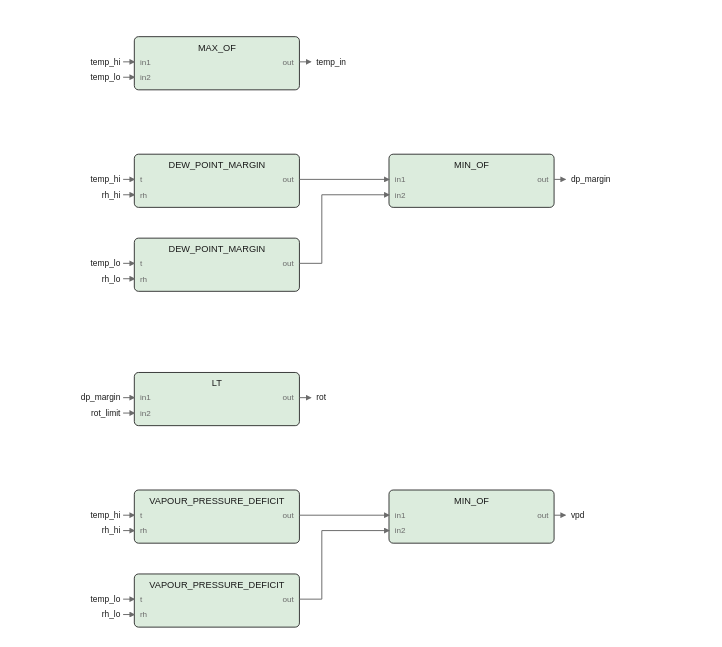
The draw.io diagram images/logic/temp_rh_zone_fbd.drawio.svg in pstch/botanik2, before a commit. Source tidied: cells renumbered, new cells last; positions are measured from the earlier drawing's top-left corner, leaving out a move shared by most shapes.
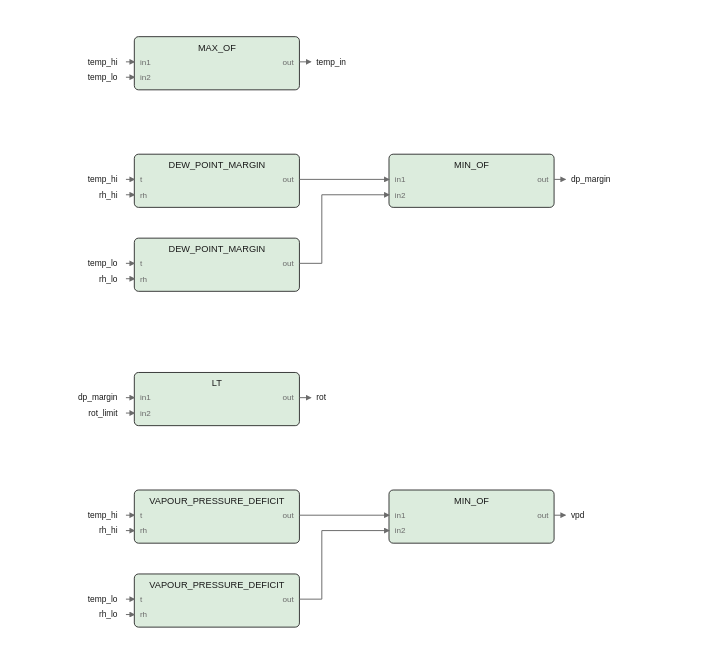
After the commit.

The edit, as a diff of the source:
```diff
@@ -122,68 +122,54 @@
     <mxCell id="41" value="out" style="text;html=1;whiteSpace=nowrap;fontSize=6;fontColor=#6b6b6b;align=right;verticalAlign=middle;" parent="1" vertex="1">
       <mxGeometry x="320" y="337.6" width="20" height="9.8" as="geometry" />
     </mxCell>
-    <mxCell id="42" style="edgeStyle=none;html=1;strokeColor=#6b6b6b;endArrow=block;" parent="1" edge="1">
+    <mxCell id="42" style="edgeStyle=none;html=1;strokeColor=#6b6b6b;endArrow=block;exitX=1;exitY=0.4737;exitDx=0;exitDy=0;" parent="1" edge="1" source="2">
       <mxGeometry relative="1" as="geometry">
-        <mxPoint x="162" y="18" as="sourcePoint" />
         <mxPoint x="170" y="18" as="targetPoint" />
       </mxGeometry>
     </mxCell>
     <mxCell id="43" value="temp_in" style="text;html=1;whiteSpace=nowrap;fontSize=6;fontColor=#1a1a1a;align=left;verticalAlign=middle;" parent="1" vertex="1">
       <mxGeometry x="174" y="13.5" width="27.1" height="10" as="geometry" />
     </mxCell>
-    <mxCell id="44" style="edgeStyle=none;html=1;strokeColor=#6b6b6b;endArrow=block;" parent="1" edge="1">
+    <mxCell id="44" style="edgeStyle=none;html=1;strokeColor=#6b6b6b;endArrow=block;exitX=1;exitY=0.4737;exitDx=0;exitDy=0;" parent="1" edge="1" source="17">
       <mxGeometry relative="1" as="geometry">
-        <mxPoint x="344" y="102" as="sourcePoint" />
         <mxPoint x="352" y="102" as="targetPoint" />
       </mxGeometry>
     </mxCell>
     <mxCell id="45" value="dp_margin" style="text;html=1;whiteSpace=nowrap;fontSize=6;fontColor=#1a1a1a;align=left;verticalAlign=middle;" parent="1" vertex="1">
       <mxGeometry x="356" y="97.5" width="33.7" height="10" as="geometry" />
     </mxCell>
-    <mxCell id="46" style="edgeStyle=none;html=1;strokeColor=#6b6b6b;endArrow=block;" parent="1" edge="1">
+    <mxCell id="46" style="edgeStyle=none;html=1;strokeColor=#6b6b6b;endArrow=block;exitX=1;exitY=0.4737;exitDx=0;exitDy=0;" parent="1" edge="1" source="22">
       <mxGeometry relative="1" as="geometry">
-        <mxPoint x="162" y="258" as="sourcePoint" />
         <mxPoint x="170" y="258" as="targetPoint" />
       </mxGeometry>
     </mxCell>
     <mxCell id="47" value="rot" style="text;html=1;whiteSpace=nowrap;fontSize=6;fontColor=#1a1a1a;align=left;verticalAlign=middle;" parent="1" vertex="1">
       <mxGeometry x="174" y="253.5" width="20" height="10" as="geometry" />
     </mxCell>
-    <mxCell id="48" style="edgeStyle=none;html=1;strokeColor=#6b6b6b;endArrow=block;" parent="1" edge="1">
+    <mxCell id="48" style="edgeStyle=none;html=1;strokeColor=#6b6b6b;endArrow=block;exitX=1;exitY=0.4737;exitDx=0;exitDy=0;" parent="1" edge="1" source="37">
       <mxGeometry relative="1" as="geometry">
-        <mxPoint x="344" y="342" as="sourcePoint" />
         <mxPoint x="352" y="342" as="targetPoint" />
       </mxGeometry>
     </mxCell>
     <mxCell id="49" value="vpd" style="text;html=1;whiteSpace=nowrap;fontSize=6;fontColor=#1a1a1a;align=left;verticalAlign=middle;" parent="1" vertex="1">
       <mxGeometry x="356" y="337.5" width="20" height="10" as="geometry" />
     </mxCell>
-    <mxCell id="50" style="edgeStyle=none;html=1;strokeColor=#6b6b6b;endArrow=block;" parent="1" edge="1">
-      <mxGeometry relative="1" as="geometry">
-        <mxPoint x="162" y="102" as="sourcePoint" />
-        <mxPoint x="226" y="102" as="targetPoint" />
-      </mxGeometry>
+    <mxCell id="50" style="edgeStyle=none;html=1;strokeColor=#6b6b6b;endArrow=block;exitX=1;exitY=0.4737;exitDx=0;exitDy=0;entryX=0;entryY=0.4737;entryDx=0;entryDy=0;" parent="1" edge="1" source="7" target="17">
+      <mxGeometry relative="1" as="geometry" />
     </mxCell>
-    <mxCell id="51" style="edgeStyle=none;html=1;strokeColor=#6b6b6b;endArrow=block;" parent="1" edge="1">
+    <mxCell id="51" style="edgeStyle=none;html=1;strokeColor=#6b6b6b;endArrow=block;exitX=1;exitY=0.4737;exitDx=0;exitDy=0;entryX=0;entryY=0.7632;entryDx=0;entryDy=0;" parent="1" edge="1" source="12" target="17">
       <mxGeometry relative="1" as="geometry">
-        <mxPoint x="162" y="162" as="sourcePoint" />
-        <mxPoint x="226" y="113" as="targetPoint" />
         <Array as="points">
           <mxPoint x="178" y="162" />
           <mxPoint x="178" y="113" />
         </Array>
       </mxGeometry>
     </mxCell>
-    <mxCell id="52" style="edgeStyle=none;html=1;strokeColor=#6b6b6b;endArrow=block;" parent="1" edge="1">
-      <mxGeometry relative="1" as="geometry">
-        <mxPoint x="162" y="342" as="sourcePoint" />
-        <mxPoint x="226" y="342" as="targetPoint" />
-      </mxGeometry>
+    <mxCell id="52" style="edgeStyle=none;html=1;strokeColor=#6b6b6b;endArrow=block;exitX=1;exitY=0.4737;exitDx=0;exitDy=0;entryX=0;entryY=0.4737;entryDx=0;entryDy=0;" parent="1" edge="1" source="27" target="37">
+      <mxGeometry relative="1" as="geometry" />
     </mxCell>
-    <mxCell id="53" style="edgeStyle=none;html=1;strokeColor=#6b6b6b;endArrow=block;" parent="1" edge="1">
+    <mxCell id="53" style="edgeStyle=none;html=1;strokeColor=#6b6b6b;endArrow=block;exitX=1;exitY=0.4737;exitDx=0;exitDy=0;entryX=0;entryY=0.7632;entryDx=0;entryDy=0;" parent="1" edge="1" source="32" target="37">
       <mxGeometry relative="1" as="geometry">
-        <mxPoint x="162" y="402" as="sourcePoint" />
-        <mxPoint x="226" y="353" as="targetPoint" />
         <Array as="points">
           <mxPoint x="178" y="402" />
           <mxPoint x="178" y="353" />
@@ -191,111 +177,99 @@
       </mxGeometry>
     </mxCell>
     <mxCell id="54" value="temp_hi" style="text;html=1;whiteSpace=nowrap;fontSize=6;fontColor=#1a1a1a;align=right;verticalAlign=middle;" parent="1" vertex="1">
-      <mxGeometry x="6.9" y="13.5" width="27.1" height="10" as="geometry" />
+      <mxGeometry x="4.9" y="13.5" width="27.1" height="10" as="geometry" />
     </mxCell>
-    <mxCell id="55" style="edgeStyle=none;html=1;strokeColor=#6b6b6b;endArrow=block;" parent="1" edge="1">
+    <mxCell id="55" style="edgeStyle=none;html=1;strokeColor=#6b6b6b;endArrow=block;entryX=0;entryY=0.4737;entryDx=0;entryDy=0;" parent="1" edge="1" target="2">
       <mxGeometry relative="1" as="geometry">
-        <mxPoint x="36" y="18" as="sourcePoint" />
-        <mxPoint x="44" y="18" as="targetPoint" />
+        <mxPoint x="38" y="18" as="sourcePoint" />
       </mxGeometry>
     </mxCell>
     <mxCell id="56" value="temp_lo" style="text;html=1;whiteSpace=nowrap;fontSize=6;fontColor=#1a1a1a;align=right;verticalAlign=middle;" parent="1" vertex="1">
-      <mxGeometry x="6.9" y="24.5" width="27.1" height="10" as="geometry" />
+      <mxGeometry x="4.9" y="24.5" width="27.1" height="10" as="geometry" />
     </mxCell>
-    <mxCell id="57" style="edgeStyle=none;html=1;strokeColor=#6b6b6b;endArrow=block;" parent="1" edge="1">
+    <mxCell id="57" style="edgeStyle=none;html=1;strokeColor=#6b6b6b;endArrow=block;entryX=0;entryY=0.7632;entryDx=0;entryDy=0;" parent="1" edge="1" target="2">
       <mxGeometry relative="1" as="geometry">
-        <mxPoint x="36" y="29" as="sourcePoint" />
-        <mxPoint x="44" y="29" as="targetPoint" />
+        <mxPoint x="38" y="29" as="sourcePoint" />
       </mxGeometry>
     </mxCell>
     <mxCell id="58" value="temp_hi" style="text;html=1;whiteSpace=nowrap;fontSize=6;fontColor=#1a1a1a;align=right;verticalAlign=middle;" parent="1" vertex="1">
-      <mxGeometry x="6.9" y="97.5" width="27.1" height="10" as="geometry" />
+      <mxGeometry x="4.9" y="97.5" width="27.1" height="10" as="geometry" />
     </mxCell>
-    <mxCell id="59" style="edgeStyle=none;html=1;strokeColor=#6b6b6b;endArrow=block;" parent="1" edge="1">
+    <mxCell id="59" style="edgeStyle=none;html=1;strokeColor=#6b6b6b;endArrow=block;entryX=0;entryY=0.4737;entryDx=0;entryDy=0;" parent="1" edge="1" target="7">
       <mxGeometry relative="1" as="geometry">
-        <mxPoint x="36" y="102" as="sourcePoint" />
-        <mxPoint x="44" y="102" as="targetPoint" />
+        <mxPoint x="38" y="102" as="sourcePoint" />
       </mxGeometry>
     </mxCell>
     <mxCell id="60" value="rh_hi" style="text;html=1;whiteSpace=nowrap;fontSize=6;fontColor=#1a1a1a;align=right;verticalAlign=middle;" parent="1" vertex="1">
-      <mxGeometry x="13.5" y="108.5" width="20.5" height="10" as="geometry" />
+      <mxGeometry x="11.5" y="108.5" width="20.5" height="10" as="geometry" />
     </mxCell>
-    <mxCell id="61" style="edgeStyle=none;html=1;strokeColor=#6b6b6b;endArrow=block;" parent="1" edge="1">
+    <mxCell id="61" style="edgeStyle=none;html=1;strokeColor=#6b6b6b;endArrow=block;entryX=0;entryY=0.7632;entryDx=0;entryDy=0;" parent="1" edge="1" target="7">
       <mxGeometry relative="1" as="geometry">
-        <mxPoint x="36" y="113" as="sourcePoint" />
-        <mxPoint x="44" y="113" as="targetPoint" />
+        <mxPoint x="38" y="113" as="sourcePoint" />
       </mxGeometry>
     </mxCell>
     <mxCell id="62" value="temp_lo" style="text;html=1;whiteSpace=nowrap;fontSize=6;fontColor=#1a1a1a;align=right;verticalAlign=middle;" parent="1" vertex="1">
-      <mxGeometry x="6.9" y="157.5" width="27.1" height="10" as="geometry" />
+      <mxGeometry x="4.9" y="157.5" width="27.1" height="10" as="geometry" />
     </mxCell>
-    <mxCell id="63" style="edgeStyle=none;html=1;strokeColor=#6b6b6b;endArrow=block;" parent="1" edge="1">
+    <mxCell id="63" style="edgeStyle=none;html=1;strokeColor=#6b6b6b;endArrow=block;entryX=0;entryY=0.4737;entryDx=0;entryDy=0;" parent="1" edge="1" target="12">
       <mxGeometry relative="1" as="geometry">
-        <mxPoint x="36" y="162" as="sourcePoint" />
-        <mxPoint x="44" y="162" as="targetPoint" />
+        <mxPoint x="38" y="162" as="sourcePoint" />
       </mxGeometry>
     </mxCell>
     <mxCell id="64" value="rh_lo" style="text;html=1;whiteSpace=nowrap;fontSize=6;fontColor=#1a1a1a;align=right;verticalAlign=middle;" parent="1" vertex="1">
-      <mxGeometry x="13.5" y="168.5" width="20.5" height="10" as="geometry" />
+      <mxGeometry x="11.5" y="168.5" width="20.5" height="10" as="geometry" />
     </mxCell>
-    <mxCell id="65" style="edgeStyle=none;html=1;strokeColor=#6b6b6b;endArrow=block;" parent="1" edge="1">
+    <mxCell id="65" style="edgeStyle=none;html=1;strokeColor=#6b6b6b;endArrow=block;entryX=0;entryY=0.7632;entryDx=0;entryDy=0;" parent="1" edge="1" target="12">
       <mxGeometry relative="1" as="geometry">
-        <mxPoint x="36" y="173" as="sourcePoint" />
-        <mxPoint x="44" y="173" as="targetPoint" />
+        <mxPoint x="38" y="173" as="sourcePoint" />
       </mxGeometry>
     </mxCell>
     <mxCell id="66" value="dp_margin" style="text;html=1;whiteSpace=nowrap;fontSize=6;fontColor=#1a1a1a;align=right;verticalAlign=middle;" parent="1" vertex="1">
-      <mxGeometry x="0.3" y="253.5" width="33.7" height="10" as="geometry" />
+      <mxGeometry x="-1.7" y="253.5" width="33.7" height="10" as="geometry" />
     </mxCell>
-    <mxCell id="67" style="edgeStyle=none;html=1;strokeColor=#6b6b6b;endArrow=block;" parent="1" edge="1">
+    <mxCell id="67" style="edgeStyle=none;html=1;strokeColor=#6b6b6b;endArrow=block;entryX=0;entryY=0.4737;entryDx=0;entryDy=0;" parent="1" edge="1" target="22">
       <mxGeometry relative="1" as="geometry">
-        <mxPoint x="36" y="258" as="sourcePoint" />
-        <mxPoint x="44" y="258" as="targetPoint" />
+        <mxPoint x="38" y="258" as="sourcePoint" />
       </mxGeometry>
     </mxCell>
     <mxCell id="68" value="rot_limit" style="text;html=1;whiteSpace=nowrap;fontSize=6;fontColor=#1a1a1a;align=right;verticalAlign=middle;" parent="1" vertex="1">
-      <mxGeometry x="0.3" y="264.5" width="33.7" height="10" as="geometry" />
+      <mxGeometry x="-1.7" y="264.5" width="33.7" height="10" as="geometry" />
     </mxCell>
-    <mxCell id="69" style="edgeStyle=none;html=1;strokeColor=#6b6b6b;endArrow=block;" parent="1" edge="1">
+    <mxCell id="69" style="edgeStyle=none;html=1;strokeColor=#6b6b6b;endArrow=block;entryX=0;entryY=0.7632;entryDx=0;entryDy=0;" parent="1" edge="1" target="22">
       <mxGeometry relative="1" as="geometry">
-        <mxPoint x="36" y="269" as="sourcePoint" />
-        <mxPoint x="44" y="269" as="targetPoint" />
+        <mxPoint x="38" y="269" as="sourcePoint" />
       </mxGeometry>
     </mxCell>
     <mxCell id="70" value="temp_hi" style="text;html=1;whiteSpace=nowrap;fontSize=6;fontColor=#1a1a1a;align=right;verticalAlign=middle;" parent="1" vertex="1">
-      <mxGeometry x="6.9" y="337.5" width="27.1" height="10" as="geometry" />
+      <mxGeometry x="4.9" y="337.5" width="27.1" height="10" as="geometry" />
     </mxCell>
-    <mxCell id="71" style="edgeStyle=none;html=1;strokeColor=#6b6b6b;endArrow=block;" parent="1" edge="1">
+    <mxCell id="71" style="edgeStyle=none;html=1;strokeColor=#6b6b6b;endArrow=block;entryX=0;entryY=0.4737;entryDx=0;entryDy=0;" parent="1" edge="1" target="27">
       <mxGeometry relative="1" as="geometry">
-        <mxPoint x="36" y="342" as="sourcePoint" />
-        <mxPoint x="44" y="342" as="targetPoint" />
+        <mxPoint x="38" y="342" as="sourcePoint" />
       </mxGeometry>
     </mxCell>
     <mxCell id="72" value="rh_hi" style="text;html=1;whiteSpace=nowrap;fontSize=6;fontColor=#1a1a1a;align=right;verticalAlign=middle;" parent="1" vertex="1">
-      <mxGeometry x="13.5" y="348.5" width="20.5" height="10" as="geometry" />
+      <mxGeometry x="11.5" y="348.5" width="20.5" height="10" as="geometry" />
     </mxCell>
-    <mxCell id="73" style="edgeStyle=none;html=1;strokeColor=#6b6b6b;endArrow=block;" parent="1" edge="1">
+    <mxCell id="73" style="edgeStyle=none;html=1;strokeColor=#6b6b6b;endArrow=block;entryX=0;entryY=0.7632;entryDx=0;entryDy=0;" parent="1" edge="1" target="27">
       <mxGeometry relative="1" as="geometry">
-        <mxPoint x="36" y="353" as="sourcePoint" />
-        <mxPoint x="44" y="353" as="targetPoint" />
+        <mxPoint x="38" y="353" as="sourcePoint" />
       </mxGeometry>
     </mxCell>
     <mxCell id="74" value="temp_lo" style="text;html=1;whiteSpace=nowrap;fontSize=6;fontColor=#1a1a1a;align=right;verticalAlign=middle;" parent="1" vertex="1">
-      <mxGeometry x="6.9" y="397.5" width="27.1" height="10" as="geometry" />
+      <mxGeometry x="4.9" y="397.5" width="27.1" height="10" as="geometry" />
     </mxCell>
-    <mxCell id="75" style="edgeStyle=none;html=1;strokeColor=#6b6b6b;endArrow=block;" parent="1" edge="1">
+    <mxCell id="75" style="edgeStyle=none;html=1;strokeColor=#6b6b6b;endArrow=block;entryX=0;entryY=0.4737;entryDx=0;entryDy=0;" parent="1" edge="1" target="32">
       <mxGeometry relative="1" as="geometry">
-        <mxPoint x="36" y="402" as="sourcePoint" />
-        <mxPoint x="44" y="402" as="targetPoint" />
+        <mxPoint x="38" y="402" as="sourcePoint" />
       </mxGeometry>
     </mxCell>
     <mxCell id="76" value="rh_lo" style="text;html=1;whiteSpace=nowrap;fontSize=6;fontColor=#1a1a1a;align=right;verticalAlign=middle;" parent="1" vertex="1">
-      <mxGeometry x="13.5" y="408.5" width="20.5" height="10" as="geometry" />
+      <mxGeometry x="11.5" y="408.5" width="20.5" height="10" as="geometry" />
     </mxCell>
-    <mxCell id="77" style="edgeStyle=none;html=1;strokeColor=#6b6b6b;endArrow=block;" parent="1" edge="1">
+    <mxCell id="77" style="edgeStyle=none;html=1;strokeColor=#6b6b6b;endArrow=block;entryX=0;entryY=0.7632;entryDx=0;entryDy=0;" parent="1" edge="1" target="32">
       <mxGeometry relative="1" as="geometry">
-        <mxPoint x="36" y="413" as="sourcePoint" />
-        <mxPoint x="44" y="413" as="targetPoint" />
+        <mxPoint x="38" y="413" as="sourcePoint" />
       </mxGeometry>
     </mxCell>
   </root>
```
